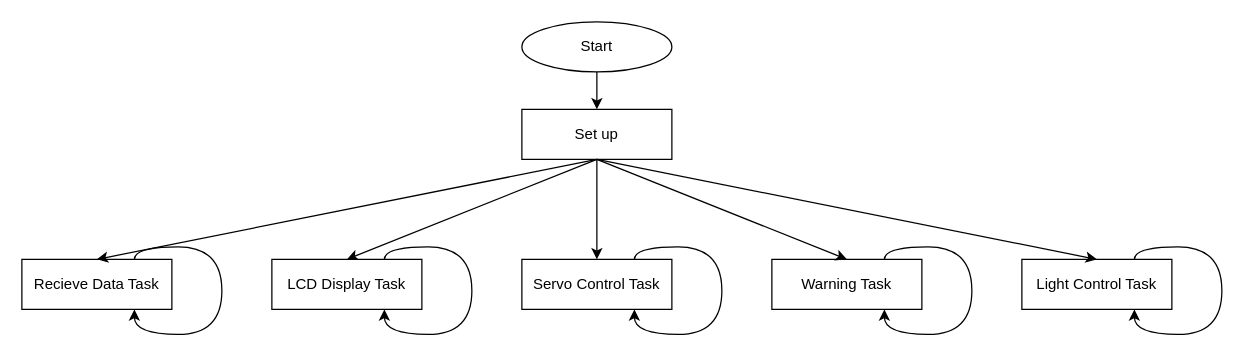
The draw.io diagram page "STM32 recieve" (5 of 6) of Untitled Diagram.drawio in 106210049/Plant-take-care, before the edit. Source tidied: cells renumbered, new cells numbered last; positions are measured from the earlier drawing's top-left corner, leaving out a move shared by most shapes. Both pictures are drawn from the tidied source at 125%, with x=0, y=0 at pixel (21, 21).
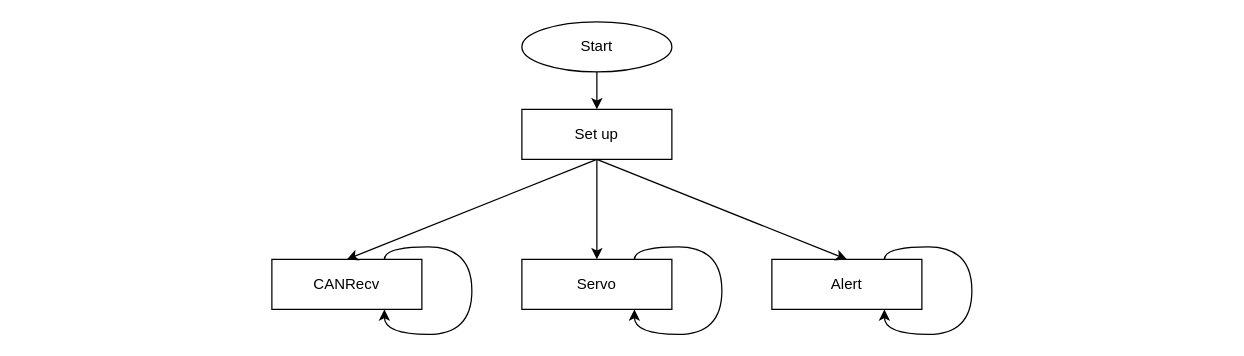
The same diagram, later.

What changed in the source:
```diff
@@
-    <mxCell id="5" value="Warning Task" style="rounded=0;whiteSpace=wrap;html=1;" parent="1" vertex="1">
-      <mxGeometry x="600" y="190" width="120" height="40" as="geometry" />
-    </mxCell>
-    <mxCell id="6" style="endArrow=classic;html=1;rounded=0;entryX=0.5;entryY=0;entryDx=0;entryDy=0;" parent="1" edge="1" target="5">
-      <mxGeometry relative="1" as="geometry">
-        <mxPoint x="460" y="110" as="sourcePoint" />
-      </mxGeometry>
-    </mxCell>
-    <mxCell id="7" style="edgeStyle=orthogonalEdgeStyle;curved=1;rounded=0;orthogonalLoop=1;jettySize=auto;html=1;exitX=0.75;exitY=0;exitDx=0;exitDy=0;entryX=0.75;entryY=1;entryDx=0;entryDy=0;" parent="1" edge="1" source="5" target="5">
-      <mxGeometry relative="1" as="geometry">
-        <Array as="points">
-          <mxPoint x="690" y="180" />
-          <mxPoint x="760" y="180" />
-          <mxPoint x="760" y="250" />
-          <mxPoint x="690" y="250" />
-        </Array>
-      </mxGeometry>
-    </mxCell>
-    <mxCell id="8" value="Recieve Data Task" style="rounded=0;whiteSpace=wrap;html=1;" parent="1" vertex="1">
-      <mxGeometry y="190" width="120" height="40" as="geometry" />
+    <mxCell id="8" value="&lt;span style=&quot;font-kerning: none;&quot; class=&quot;OYPEnA font-feature-liga-off font-feature-clig-off font-feature-calt-off text-decoration-none text-strikethrough-none&quot;&gt;CANRecv&lt;/span&gt;" style="rounded=0;whiteSpace=wrap;html=1;" parent="1" vertex="1">
+      <mxGeometry x="200" y="190" width="120" height="40" as="geometry" />
     </mxCell>
     <mxCell id="9" style="edgeStyle=orthogonalEdgeStyle;curved=1;rounded=0;orthogonalLoop=1;jettySize=auto;html=1;exitX=0.75;exitY=0;exitDx=0;exitDy=0;entryX=0.75;entryY=1;entryDx=0;entryDy=0;" parent="1" edge="1" source="8" target="8">
       <mxGeometry relative="1" as="geometry">
         <Array as="points">
-          <mxPoint x="90" y="180" />
-          <mxPoint x="160" y="180" />
-          <mxPoint x="160" y="250" />
-          <mxPoint x="90" y="250" />
+          <mxPoint x="290" y="180" />
+          <mxPoint x="360" y="180" />
+          <mxPoint x="360" y="250" />
+          <mxPoint x="290" y="250" />
         </Array>
       </mxGeometry>
     </mxCell>
@@
-    <mxCell id="12" value="LCD Display Task" style="rounded=0;whiteSpace=wrap;html=1;" parent="1" vertex="1">
-      <mxGeometry x="200" y="190" width="120" height="40" as="geometry" />
+    <mxCell id="12" value="&lt;span style=&quot;font-kerning: normal;&quot; class=&quot;OYPEnA font-feature-liga-off font-feature-clig-off font-feature-calt-off text-decoration-none text-strikethrough-none&quot;&gt;Servo&lt;/span&gt;" style="rounded=0;whiteSpace=wrap;html=1;" parent="1" vertex="1">
+      <mxGeometry x="400" y="190" width="120" height="40" as="geometry" />
     </mxCell>
     <mxCell id="13" style="edgeStyle=orthogonalEdgeStyle;curved=1;rounded=0;orthogonalLoop=1;jettySize=auto;html=1;exitX=0.75;exitY=0;exitDx=0;exitDy=0;entryX=0.75;entryY=1;entryDx=0;entryDy=0;" parent="1" edge="1" source="12" target="12">
       <mxGeometry relative="1" as="geometry">
         <Array as="points">
-          <mxPoint x="290" y="180" />
-          <mxPoint x="360" y="180" />
-          <mxPoint x="360" y="250" />
-          <mxPoint x="290" y="250" />
+          <mxPoint x="490" y="180" />
+          <mxPoint x="560" y="180" />
+          <mxPoint x="560" y="250" />
+          <mxPoint x="490" y="250" />
         </Array>
       </mxGeometry>
     </mxCell>
-    <mxCell id="14" value="Servo Control Task" style="rounded=0;whiteSpace=wrap;html=1;" parent="1" vertex="1">
-      <mxGeometry x="400" y="190" width="120" height="40" as="geometry" />
-    </mxCell>
-    <mxCell id="15" style="edgeStyle=orthogonalEdgeStyle;curved=1;rounded=0;orthogonalLoop=1;jettySize=auto;html=1;exitX=0.75;exitY=0;exitDx=0;exitDy=0;entryX=0.75;entryY=1;entryDx=0;entryDy=0;" parent="1" edge="1" source="14" target="14">
-      <mxGeometry relative="1" as="geometry">
-        <Array as="points">
-          <mxPoint x="490" y="180" />
-          <mxPoint x="560" y="180" />
-          <mxPoint x="560" y="250" />
-          <mxPoint x="490" y="250" />
-        </Array>
-      </mxGeometry>
-    </mxCell>
-    <mxCell id="16" style="endArrow=classic;html=1;rounded=0;curved=1;entryX=0.5;entryY=0;entryDx=0;entryDy=0;" parent="1" edge="1" target="14">
-      <mxGeometry relative="1" as="geometry">
-        <mxPoint x="460" y="110" as="sourcePoint" />
-      </mxGeometry>
-    </mxCell>
     <mxCell id="17" style="edgeStyle=orthogonalEdgeStyle;curved=1;rounded=0;orthogonalLoop=1;jettySize=auto;html=1;exitX=0.75;exitY=0;exitDx=0;exitDy=0;entryX=0.75;entryY=1;entryDx=0;entryDy=0;" parent="1" edge="1" source="18" target="18">
       <mxGeometry relative="1" as="geometry">
         <Array as="points">
-          <mxPoint x="890" y="180" />
-          <mxPoint x="960" y="180" />
-          <mxPoint x="960" y="250" />
-          <mxPoint x="890" y="250" />
+          <mxPoint x="690" y="180" />
+          <mxPoint x="760" y="180" />
+          <mxPoint x="760" y="250" />
+          <mxPoint x="690" y="250" />
         </Array>
       </mxGeometry>
     </mxCell>
-    <mxCell id="18" value="Light Control Task" style="rounded=0;whiteSpace=wrap;html=1;" parent="1" vertex="1">
-      <mxGeometry x="800" y="190" width="120" height="40" as="geometry" />
+    <mxCell id="18" value="&lt;span style=&quot;font-kerning: normal;&quot; class=&quot;OYPEnA font-feature-liga-off font-feature-clig-off font-feature-calt-off text-decoration-none text-strikethrough-none&quot;&gt;Alert&lt;/span&gt;" style="rounded=0;whiteSpace=wrap;html=1;" parent="1" vertex="1">
+      <mxGeometry x="600" y="190" width="120" height="40" as="geometry" />
     </mxCell>
```
